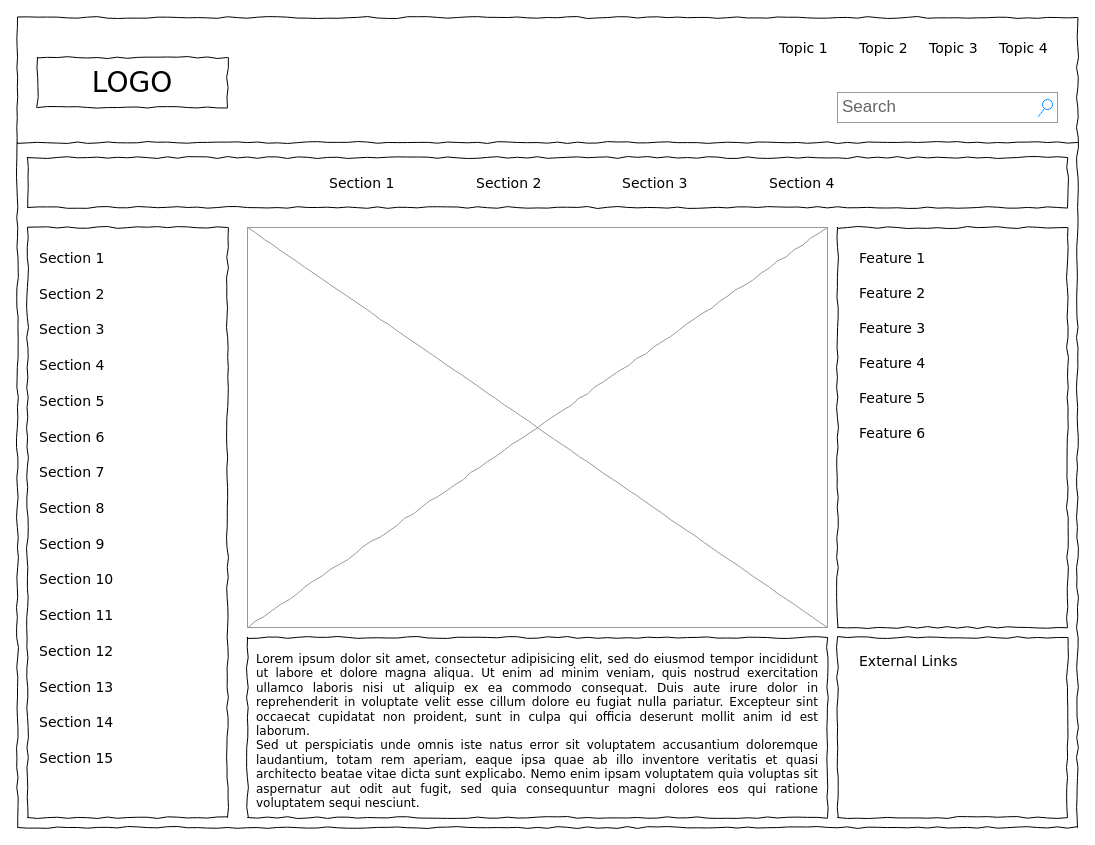
Earlier version of the draw.io diagram Untitled Diagram.drawio (Scain3/sew_me_capstone). Source tidied: cells renumbered, new cells numbered last; positions are measured from the earlier drawing's top-left corner, leaving out a move shared by most shapes. Both pictures are drawn from the tidied source at 100%, with x=0, y=0 at pixel (17, 17).
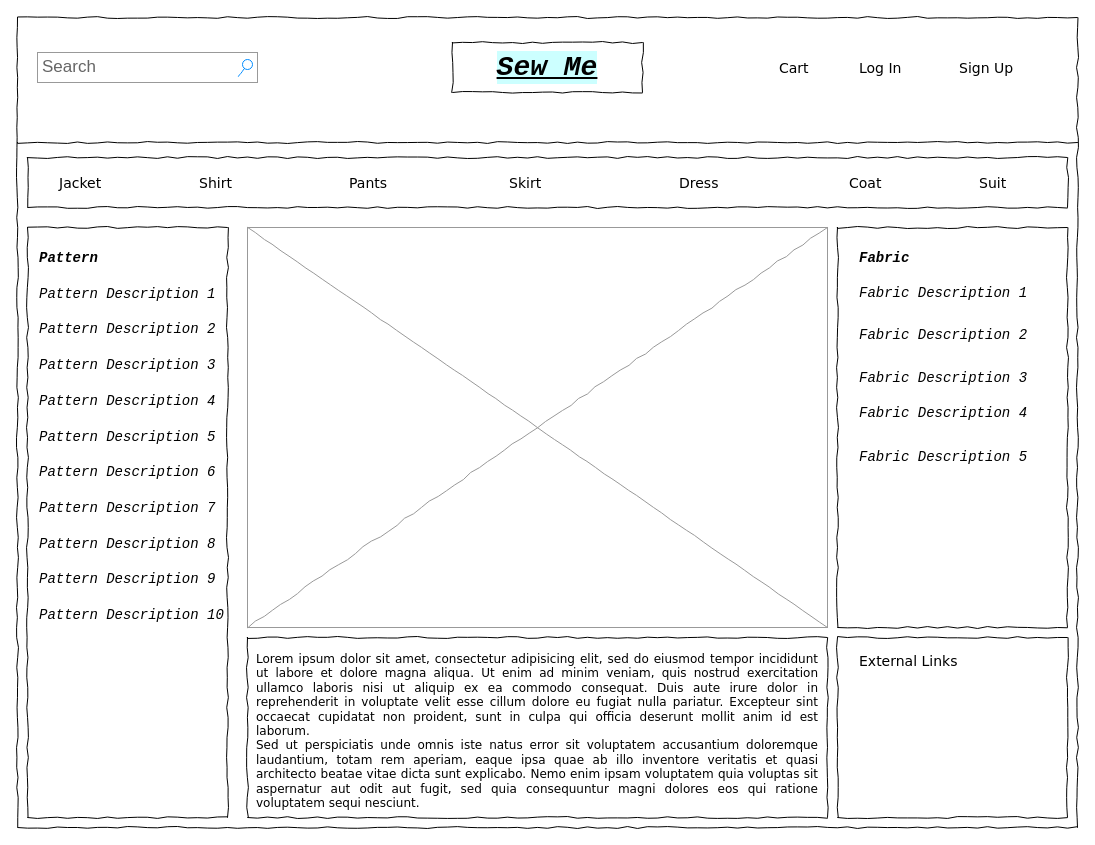
The same page after the edit.

Commit message:
Update Sew Me Pick Your Fix

The edit, as a diff of the source:
```diff
@@
-    <mxCell id="3" value="LOGO" style="whiteSpace=wrap;html=1;rounded=0;shadow=0;labelBackgroundColor=none;strokeWidth=1;fontFamily=Verdana;fontSize=28;align=center;comic=1;" parent="1" vertex="1">
-      <mxGeometry x="20" y="40" width="190" height="50" as="geometry" />
+    <mxCell id="3" value="Sew Me" style="whiteSpace=wrap;html=1;rounded=0;shadow=0;labelBackgroundColor=#CCFFFF;strokeWidth=1;fontFamily=Courier New;fontSize=28;align=center;comic=1;fontStyle=7;" parent="1" vertex="1">
+      <mxGeometry x="435" y="25" width="190" height="50" as="geometry" />
     </mxCell>
     <mxCell id="4" value="Search" style="strokeWidth=1;shadow=0;dashed=0;align=center;html=1;shape=mxgraph.mockup.forms.searchBox;strokeColor=#999999;mainText=;strokeColor2=#008cff;fontColor=#666666;fontSize=17;align=left;spacingLeft=3;rounded=0;labelBackgroundColor=none;comic=1;" parent="1" vertex="1">
-      <mxGeometry x="820" y="75" width="220" height="30" as="geometry" />
+      <mxGeometry x="20" y="35" width="220" height="30" as="geometry" />
     </mxCell>
-    <mxCell id="5" value="Topic 1" style="text;html=1;align=left;verticalAlign=top;spacingTop=-4;fontSize=14;fontFamily=Verdana;" parent="1" vertex="1">
-      <mxGeometry x="760" y="20" width="60" height="20" as="geometry" />
+    <mxCell id="5" value="Cart" style="text;html=1;align=left;verticalAlign=top;spacingTop=-4;fontSize=14;fontFamily=Verdana;" parent="1" vertex="1">
+      <mxGeometry x="760" y="40" width="60" height="20" as="geometry" />
     </mxCell>
-    <mxCell id="6" value="Topic 2" style="text;html=1;align=left;verticalAlign=top;spacingTop=-4;fontSize=14;fontFamily=Verdana;" parent="1" vertex="1">
-      <mxGeometry x="840" y="20" width="60" height="20" as="geometry" />
+    <mxCell id="6" value="Log In" style="text;html=1;align=left;verticalAlign=top;spacingTop=-4;fontSize=14;fontFamily=Verdana;" parent="1" vertex="1">
+      <mxGeometry x="840" y="40" width="60" height="20" as="geometry" />
     </mxCell>
-    <mxCell id="7" value="Topic 3" style="text;html=1;align=left;verticalAlign=top;spacingTop=-4;fontSize=14;fontFamily=Verdana;" parent="1" vertex="1">
-      <mxGeometry x="910" y="20" width="60" height="20" as="geometry" />
+    <mxCell id="7" value="Sign Up" style="text;html=1;align=left;verticalAlign=top;spacingTop=-4;fontSize=14;fontFamily=Verdana;" parent="1" vertex="1">
+      <mxGeometry x="940" y="40" width="60" height="20" as="geometry" />
     </mxCell>
-    <mxCell id="8" value="Topic 4" style="text;html=1;align=left;verticalAlign=top;spacingTop=-4;fontSize=14;fontFamily=Verdana;" parent="1" vertex="1">
-      <mxGeometry x="980" y="20" width="60" height="20" as="geometry" />
-    </mxCell>
@@
-    <mxCell id="12" value="Section 1" style="text;html=1;align=left;verticalAlign=top;spacingTop=-4;fontSize=14;fontFamily=Verdana;" parent="1" vertex="1">
-      <mxGeometry x="310" y="155" width="60" height="20" as="geometry" />
+    <mxCell id="12" value="Jacket" style="text;html=1;align=left;verticalAlign=top;spacingTop=-4;fontSize=14;fontFamily=Verdana;" parent="1" vertex="1">
+      <mxGeometry x="40" y="155" width="60" height="20" as="geometry" />
     </mxCell>
-    <mxCell id="13" value="Section 2" style="text;html=1;align=left;verticalAlign=top;spacingTop=-4;fontSize=14;fontFamily=Verdana;" parent="1" vertex="1">
-      <mxGeometry x="457" y="155" width="60" height="20" as="geometry" />
+    <mxCell id="13" value="Shirt" style="text;html=1;align=left;verticalAlign=top;spacingTop=-4;fontSize=14;fontFamily=Verdana;" parent="1" vertex="1">
+      <mxGeometry x="180" y="155" width="60" height="20" as="geometry" />
     </mxCell>
-    <mxCell id="14" value="Section 3" style="text;html=1;align=left;verticalAlign=top;spacingTop=-4;fontSize=14;fontFamily=Verdana;" parent="1" vertex="1">
-      <mxGeometry x="603" y="155" width="60" height="20" as="geometry" />
+    <mxCell id="14" value="Pants" style="text;html=1;align=left;verticalAlign=top;spacingTop=-4;fontSize=14;fontFamily=Verdana;" parent="1" vertex="1">
+      <mxGeometry x="330" y="155" width="60" height="20" as="geometry" />
     </mxCell>
-    <mxCell id="15" value="Section 4" style="text;html=1;align=left;verticalAlign=top;spacingTop=-4;fontSize=14;fontFamily=Verdana;" parent="1" vertex="1">
-      <mxGeometry x="750" y="155" width="60" height="20" as="geometry" />
+    <mxCell id="15" value="Skirt" style="text;html=1;align=left;verticalAlign=top;spacingTop=-4;fontSize=14;fontFamily=Verdana;" parent="1" vertex="1">
+      <mxGeometry x="490" y="155" width="60" height="20" as="geometry" />
     </mxCell>
@@
-    <mxCell id="20" value="Section 1" style="text;html=1;align=left;verticalAlign=top;spacingTop=-4;fontSize=14;fontFamily=Verdana;" parent="1" vertex="1">
+    <mxCell id="20" value="Pattern" style="text;html=1;align=left;verticalAlign=top;spacingTop=-4;fontSize=14;fontFamily=Courier New;fontStyle=3;" parent="1" vertex="1">
       <mxGeometry x="20" y="230" width="170" height="20" as="geometry" />
     </mxCell>
-    <mxCell id="21" value="Section 2" style="text;html=1;align=left;verticalAlign=top;spacingTop=-4;fontSize=14;fontFamily=Verdana;" parent="1" vertex="1">
+    <mxCell id="21" value="Pattern Description 1" style="text;html=1;align=left;verticalAlign=top;spacingTop=-4;fontSize=14;fontFamily=Courier New;fontStyle=2;" parent="1" vertex="1">
       <mxGeometry x="20" y="266" width="170" height="20" as="geometry" />
     </mxCell>
-    <mxCell id="22" value="Section 3" style="text;html=1;align=left;verticalAlign=top;spacingTop=-4;fontSize=14;fontFamily=Verdana;" parent="1" vertex="1">
+    <mxCell id="22" value="Pattern Description 2" style="text;html=1;align=left;verticalAlign=top;spacingTop=-4;fontSize=14;fontFamily=Courier New;fontStyle=2;" parent="1" vertex="1">
       <mxGeometry x="20" y="301" width="170" height="20" as="geometry" />
     </mxCell>
-    <mxCell id="23" value="Section 4" style="text;html=1;align=left;verticalAlign=top;spacingTop=-4;fontSize=14;fontFamily=Verdana;" parent="1" vertex="1">
+    <mxCell id="23" value="Pattern Description 3" style="text;html=1;align=left;verticalAlign=top;spacingTop=-4;fontSize=14;fontFamily=Courier New;fontStyle=2;" parent="1" vertex="1">
       <mxGeometry x="20" y="337" width="170" height="20" as="geometry" />
     </mxCell>
-    <mxCell id="24" value="Section 7" style="text;html=1;align=left;verticalAlign=top;spacingTop=-4;fontSize=14;fontFamily=Verdana;" parent="1" vertex="1">
+    <mxCell id="24" value="Pattern Description 6" style="text;html=1;align=left;verticalAlign=top;spacingTop=-4;fontSize=14;fontFamily=Courier New;fontStyle=2;" parent="1" vertex="1">
       <mxGeometry x="20" y="444" width="170" height="20" as="geometry" />
     </mxCell>
-    <mxCell id="25" value="Section 8" style="text;html=1;align=left;verticalAlign=top;spacingTop=-4;fontSize=14;fontFamily=Verdana;" parent="1" vertex="1">
+    <mxCell id="25" value="Pattern Description 7" style="text;html=1;align=left;verticalAlign=top;spacingTop=-4;fontSize=14;fontFamily=Courier New;fontStyle=2;" parent="1" vertex="1">
       <mxGeometry x="20" y="480" width="170" height="20" as="geometry" />
     </mxCell>
-    <mxCell id="26" value="Section 9" style="text;html=1;align=left;verticalAlign=top;spacingTop=-4;fontSize=14;fontFamily=Verdana;" parent="1" vertex="1">
+    <mxCell id="26" value="Pattern Description 8" style="text;html=1;align=left;verticalAlign=top;spacingTop=-4;fontSize=14;fontFamily=Courier New;fontStyle=2;" parent="1" vertex="1">
       <mxGeometry x="20" y="516" width="170" height="20" as="geometry" />
     </mxCell>
-    <mxCell id="27" value="Section 10" style="text;html=1;align=left;verticalAlign=top;spacingTop=-4;fontSize=14;fontFamily=Verdana;" parent="1" vertex="1">
+    <mxCell id="27" value="Pattern Description 9" style="text;html=1;align=left;verticalAlign=top;spacingTop=-4;fontSize=14;fontFamily=Courier New;fontStyle=2;" parent="1" vertex="1">
       <mxGeometry x="20" y="551" width="170" height="20" as="geometry" />
     </mxCell>
-    <mxCell id="28" value="Section 11" style="text;html=1;align=left;verticalAlign=top;spacingTop=-4;fontSize=14;fontFamily=Verdana;" parent="1" vertex="1">
+    <mxCell id="28" value="Pattern Description 10" style="text;html=1;align=left;verticalAlign=top;spacingTop=-4;fontSize=14;fontFamily=Courier New;fontStyle=2;" parent="1" vertex="1">
       <mxGeometry x="20" y="587" width="170" height="20" as="geometry" />
     </mxCell>
-    <mxCell id="29" value="Section 12" style="text;html=1;align=left;verticalAlign=top;spacingTop=-4;fontSize=14;fontFamily=Verdana;" parent="1" vertex="1">
-      <mxGeometry x="20" y="623" width="170" height="20" as="geometry" />
-    </mxCell>
-    <mxCell id="30" value="Section 13" style="text;html=1;align=left;verticalAlign=top;spacingTop=-4;fontSize=14;fontFamily=Verdana;" parent="1" vertex="1">
-      <mxGeometry x="20" y="659" width="170" height="20" as="geometry" />
-    </mxCell>
-    <mxCell id="31" value="Section 14" style="text;html=1;align=left;verticalAlign=top;spacingTop=-4;fontSize=14;fontFamily=Verdana;" parent="1" vertex="1">
-      <mxGeometry x="20" y="694" width="170" height="20" as="geometry" />
-    </mxCell>
-    <mxCell id="32" value="Section 5" style="text;html=1;align=left;verticalAlign=top;spacingTop=-4;fontSize=14;fontFamily=Verdana;" parent="1" vertex="1">
+    <mxCell id="32" value="Pattern Description 4" style="text;html=1;align=left;verticalAlign=top;spacingTop=-4;fontSize=14;fontFamily=Courier New;fontStyle=2;" parent="1" vertex="1">
       <mxGeometry x="20" y="373" width="170" height="20" as="geometry" />
     </mxCell>
-    <mxCell id="33" value="Section 6" style="text;html=1;align=left;verticalAlign=top;spacingTop=-4;fontSize=14;fontFamily=Verdana;" parent="1" vertex="1">
+    <mxCell id="33" value="Pattern Description 5" style="text;html=1;align=left;verticalAlign=top;spacingTop=-4;fontSize=14;fontFamily=Courier New;fontStyle=2;" parent="1" vertex="1">
       <mxGeometry x="20" y="409" width="170" height="20" as="geometry" />
     </mxCell>
-    <mxCell id="34" value="Section 15" style="text;html=1;align=left;verticalAlign=top;spacingTop=-4;fontSize=14;fontFamily=Verdana;" parent="1" vertex="1">
-      <mxGeometry x="20" y="730" width="170" height="20" as="geometry" />
-    </mxCell>
@@
-    <mxCell id="36" value="Feature 1" style="text;html=1;align=left;verticalAlign=top;spacingTop=-4;fontSize=14;fontFamily=Verdana;" parent="1" vertex="1">
+    <mxCell id="36" value="Fabric" style="text;html=1;align=left;verticalAlign=top;spacingTop=-4;fontSize=14;fontFamily=Courier New;fontStyle=3;" parent="1" vertex="1">
       <mxGeometry x="840" y="230" width="170" height="20" as="geometry" />
     </mxCell>
-    <mxCell id="37" value="Feature 2" style="text;html=1;align=left;verticalAlign=top;spacingTop=-4;fontSize=14;fontFamily=Verdana;" parent="1" vertex="1">
+    <mxCell id="37" value="Fabric Description 1" style="text;html=1;align=left;verticalAlign=top;spacingTop=-4;fontSize=14;fontFamily=Courier New;fontStyle=2;" parent="1" vertex="1">
       <mxGeometry x="840" y="265" width="170" height="20" as="geometry" />
     </mxCell>
-    <mxCell id="38" value="Feature 3" style="text;html=1;align=left;verticalAlign=top;spacingTop=-4;fontSize=14;fontFamily=Verdana;" parent="1" vertex="1">
-      <mxGeometry x="840" y="300" width="170" height="20" as="geometry" />
+    <mxCell id="38" value="Fabric Description 2" style="text;html=1;align=left;verticalAlign=middle;spacingTop=-4;fontSize=14;fontFamily=Courier New;fontStyle=2;" parent="1" vertex="1">
+      <mxGeometry x="840" y="310" width="170" height="20" as="geometry" />
     </mxCell>
-    <mxCell id="39" value="Feature 4" style="text;html=1;align=left;verticalAlign=top;spacingTop=-4;fontSize=14;fontFamily=Verdana;" parent="1" vertex="1">
-      <mxGeometry x="840" y="335" width="170" height="20" as="geometry" />
+    <mxCell id="39" value="Fabric Description 3" style="text;html=1;align=left;verticalAlign=top;spacingTop=-4;fontSize=14;fontFamily=Courier New;fontStyle=2;" parent="1" vertex="1">
+      <mxGeometry x="840" y="350" width="170" height="20" as="geometry" />
     </mxCell>
-    <mxCell id="40" value="Feature 5" style="text;html=1;align=left;verticalAlign=top;spacingTop=-4;fontSize=14;fontFamily=Verdana;" parent="1" vertex="1">
-      <mxGeometry x="840" y="370" width="170" height="20" as="geometry" />
+    <mxCell id="40" value="Fabric Description 4" style="text;html=1;align=left;verticalAlign=top;spacingTop=-4;fontSize=14;fontFamily=Courier New;fontStyle=2;" parent="1" vertex="1">
+      <mxGeometry x="840" y="385" width="170" height="20" as="geometry" />
     </mxCell>
-    <mxCell id="41" value="Feature 6" style="text;html=1;align=left;verticalAlign=top;spacingTop=-4;fontSize=14;fontFamily=Verdana;" parent="1" vertex="1">
-      <mxGeometry x="840" y="405" width="170" height="20" as="geometry" />
+    <mxCell id="41" value="Fabric Description 5" style="text;html=1;align=left;verticalAlign=top;spacingTop=-4;fontSize=14;fontFamily=Courier New;fontStyle=2;" parent="1" vertex="1">
+      <mxGeometry x="840" y="429" width="170" height="20" as="geometry" />
     </mxCell>
+    <mxCell id="42" value="Dress" style="text;html=1;align=left;verticalAlign=top;spacingTop=-4;fontSize=14;fontFamily=Verdana;" parent="1" vertex="1">
+      <mxGeometry x="660" y="155" width="60" height="20" as="geometry" />
+    </mxCell>
+    <mxCell id="43" value="Coat" style="text;html=1;align=left;verticalAlign=top;spacingTop=-4;fontSize=14;fontFamily=Verdana;" parent="1" vertex="1">
+      <mxGeometry x="830" y="155" width="60" height="20" as="geometry" />
+    </mxCell>
+    <mxCell id="44" value="Suit" style="text;html=1;align=left;verticalAlign=top;spacingTop=-4;fontSize=14;fontFamily=Verdana;" parent="1" vertex="1">
+      <mxGeometry x="960" y="155" width="60" height="20" as="geometry" />
+    </mxCell>
```
